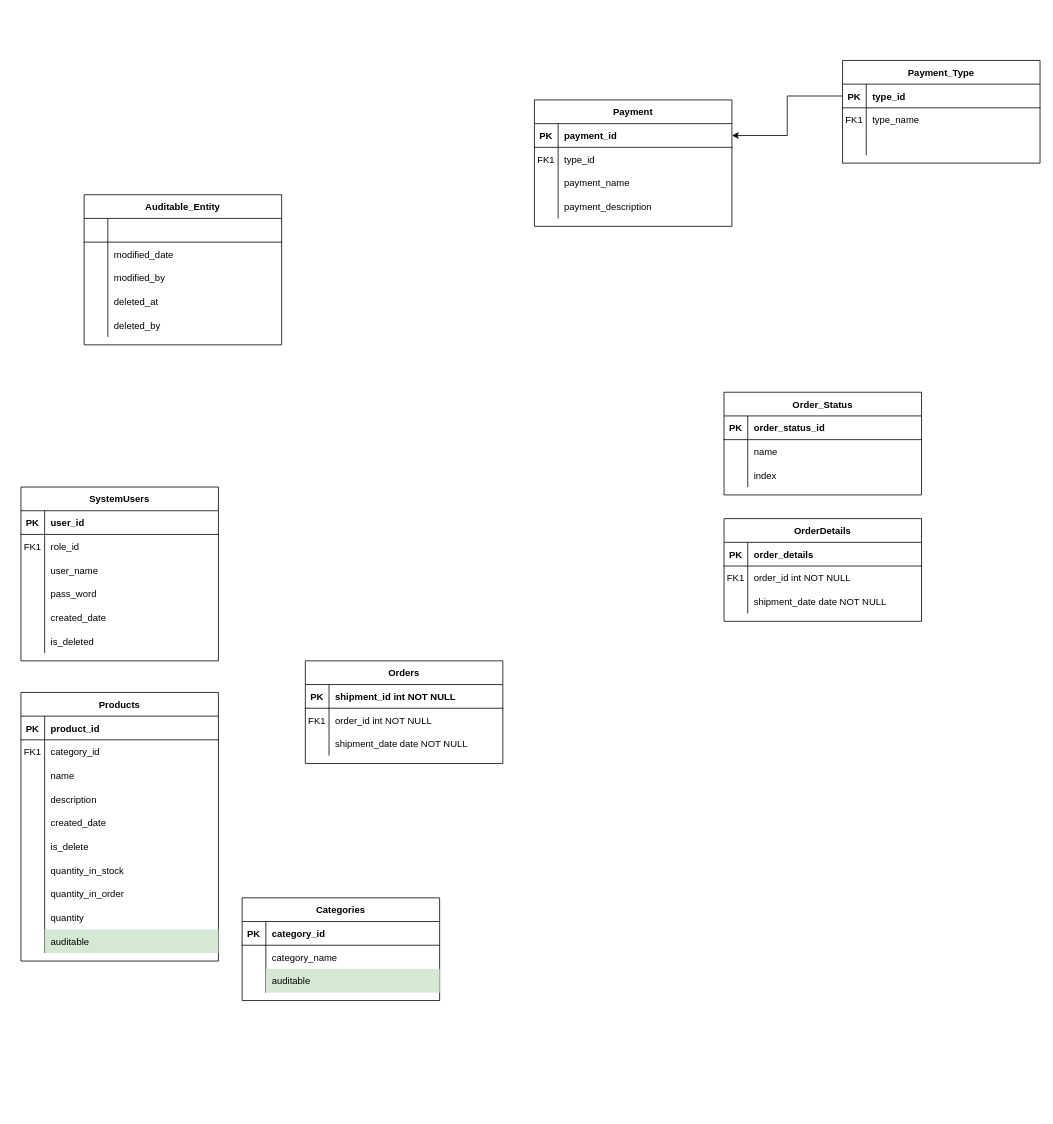
Earlier version of the draw.io diagram page "Page-1" (1 of 2) of Biểu đồ không có tiêu đề.drawio (AnthonyKhieu/BE_Capstone_SU22). Source tidied: cells renumbered, new cells numbered last; positions are measured from the earlier drawing's top-left corner, leaving out a move shared by most shapes. Both pictures are drawn from the tidied source at 79%, with x=0, y=0 at pixel (21, 60).
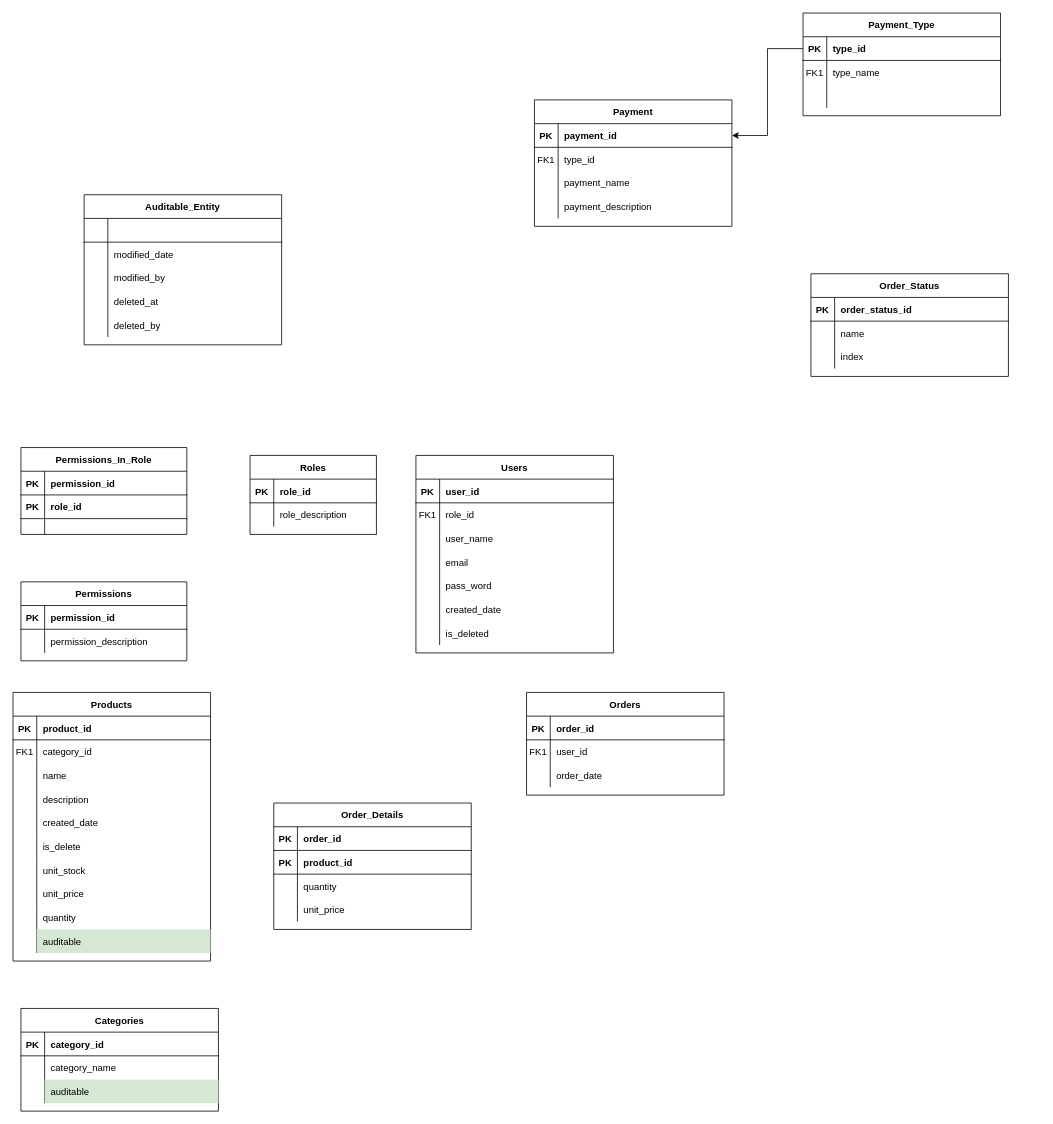
The same diagram, later.

The change refers to these unchanged cells:
```xml
<mxCell id="21" style="shape=partialRectangle;fillColor=none;top=0;left=0;right=0;bottom=0;" parent="2" vertex="1">
  <mxGeometry y="210" width="250" height="30" as="geometry" />
</mxCell>
<mxCell id="24" style="shape=partialRectangle;fillColor=none;top=0;left=0;right=0;bottom=0;" parent="2" vertex="1">
  <mxGeometry y="240" width="250" height="30" as="geometry" />
</mxCell>
<mxCell id="66" style="shape=partialRectangle;fillColor=none;top=0;left=0;right=0;bottom=1;" parent="65" vertex="1">
  <mxGeometry y="30" width="250" height="30" as="geometry" />
</mxCell>
<mxCell id="69" style="shape=partialRectangle;fillColor=none;top=0;left=0;right=0;bottom=0;" parent="65" vertex="1">
  <mxGeometry y="60" width="250" height="30" as="geometry" />
</mxCell>
<mxCell id="72" style="shape=partialRectangle;fillColor=none;top=0;left=0;right=0;bottom=0;" parent="65" vertex="1">
  <mxGeometry y="90" width="250" height="30" as="geometry" />
</mxCell>
<mxCell id="86" style="shape=partialRectangle;fillColor=none;top=0;left=0;right=0;bottom=1;" parent="85" vertex="1">
  <mxGeometry y="30" width="250" height="30" as="geometry" />
</mxCell>
```

Change to the diagram source:
```diff
@@
     <mxCell id="2" value="Products" style="shape=table;startSize=30;childLayout=tableLayout;rowLines=0;fontStyle=1;align=center;" parent="1" vertex="1">
-      <mxGeometry y="800" width="250" height="340" as="geometry" />
+      <mxGeometry x="-10" y="800" width="250" height="340" as="geometry" />
     </mxCell>
@@
-    <mxCell id="23" value="quantity_in_stock" style="shape=partialRectangle;overflow=hidden;fillColor=none;top=0;left=0;bottom=0;right=0;align=left;spacingLeft=6;" parent="21" vertex="1">
+    <mxCell id="23" value="unit_stock" style="shape=partialRectangle;overflow=hidden;fillColor=none;top=0;left=0;bottom=0;right=0;align=left;spacingLeft=6;" parent="21" vertex="1">
       <mxGeometry x="30" width="220" height="30" as="geometry" />
     </mxCell>
@@
-    <mxCell id="26" value="quantity_in_order" style="shape=partialRectangle;overflow=hidden;fillColor=none;top=0;left=0;bottom=0;right=0;align=left;spacingLeft=6;" parent="24" vertex="1">
+    <mxCell id="26" value="unit_price" style="shape=partialRectangle;overflow=hidden;fillColor=none;top=0;left=0;bottom=0;right=0;align=left;spacingLeft=6;" parent="24" vertex="1">
       <mxGeometry x="30" width="220" height="30" as="geometry" />
     </mxCell>
@@
-    <mxCell id="46" value="SystemUsers" style="shape=table;startSize=30;childLayout=tableLayout;rowLines=0;fontStyle=1;align=center;" parent="1" vertex="1">
-      <mxGeometry y="540" width="250" height="220" as="geometry" />
+    <mxCell id="46" value="Users" style="shape=table;startSize=30;childLayout=tableLayout;rowLines=0;fontStyle=1;align=center;" parent="1" vertex="1">
+      <mxGeometry x="500" y="500" width="250" height="250" as="geometry" />
     </mxCell>
@@
+    <mxCell id="132" style="shape=partialRectangle;fillColor=none;top=0;left=0;right=0;bottom=0;" parent="46" vertex="1">
+      <mxGeometry y="120" width="250" height="30" as="geometry" />
+    </mxCell>
+    <mxCell id="133" style="shape=partialRectangle;overflow=hidden;fillColor=none;top=0;left=0;bottom=0;right=0;" parent="132" vertex="1">
+      <mxGeometry width="30" height="30" as="geometry" />
+    </mxCell>
+    <mxCell id="134" value="email" style="shape=partialRectangle;overflow=hidden;fillColor=none;top=0;left=0;bottom=0;right=0;align=left;spacingLeft=6;" parent="132" vertex="1">
+      <mxGeometry x="30" width="220" height="30" as="geometry" />
+    </mxCell>
     <mxCell id="56" style="shape=partialRectangle;fillColor=none;top=0;left=0;right=0;bottom=0;" parent="46" vertex="1">
-      <mxGeometry y="120" width="250" height="30" as="geometry" />
+      <mxGeometry y="150" width="250" height="30" as="geometry" />
     </mxCell>
@@
     <mxCell id="59" style="shape=partialRectangle;fillColor=none;top=0;left=0;right=0;bottom=0;" parent="46" vertex="1">
-      <mxGeometry y="150" width="250" height="30" as="geometry" />
+      <mxGeometry y="180" width="250" height="30" as="geometry" />
     </mxCell>
@@
     <mxCell id="62" style="shape=partialRectangle;fillColor=none;top=0;left=0;right=0;bottom=0;" parent="46" vertex="1">
-      <mxGeometry y="180" width="250" height="30" as="geometry" />
+      <mxGeometry y="210" width="250" height="30" as="geometry" />
     </mxCell>
@@
     <mxCell id="65" value="Orders" style="shape=table;startSize=30;childLayout=tableLayout;rowLines=0;fontStyle=1;align=center;" parent="1" vertex="1">
-      <mxGeometry x="360" y="760" width="250" height="130" as="geometry" />
+      <mxGeometry x="640" y="800" width="250" height="130" as="geometry" />
     </mxCell>
@@
-    <mxCell id="68" value="shipment_id int NOT NULL " style="shape=partialRectangle;overflow=hidden;fillColor=none;top=0;left=0;bottom=0;right=0;align=left;spacingLeft=6;fontStyle=1;" parent="66" vertex="1">
+    <mxCell id="68" value="order_id" style="shape=partialRectangle;overflow=hidden;fillColor=none;top=0;left=0;bottom=0;right=0;align=left;spacingLeft=6;fontStyle=1;" parent="66" vertex="1">
       <mxGeometry x="30" width="220" height="30" as="geometry" />
     </mxCell>
@@
-    <mxCell id="71" value="order_id int NOT NULL" style="shape=partialRectangle;overflow=hidden;fillColor=none;top=0;left=0;bottom=0;right=0;align=left;spacingLeft=6;" parent="69" vertex="1">
+    <mxCell id="71" value="user_id" style="shape=partialRectangle;overflow=hidden;fillColor=none;top=0;left=0;bottom=0;right=0;align=left;spacingLeft=6;" parent="69" vertex="1">
       <mxGeometry x="30" width="220" height="30" as="geometry" />
     </mxCell>
@@
-    <mxCell id="74" value="shipment_date date NOT NULL" style="shape=partialRectangle;overflow=hidden;fillColor=none;top=0;left=0;bottom=0;right=0;align=left;spacingLeft=6;" parent="72" vertex="1">
+    <mxCell id="74" value="order_date" style="shape=partialRectangle;overflow=hidden;fillColor=none;top=0;left=0;bottom=0;right=0;align=left;spacingLeft=6;" parent="72" vertex="1">
       <mxGeometry x="30" width="220" height="30" as="geometry" />
     </mxCell>
     <mxCell id="75" value="Order_Status" style="shape=table;startSize=30;childLayout=tableLayout;rowLines=0;fontStyle=1;align=center;" parent="1" vertex="1">
-      <mxGeometry x="890" y="420" width="250" height="130" as="geometry" />
+      <mxGeometry x="1000" y="270" width="250" height="130" as="geometry" />
     </mxCell>
@@
-    <mxCell id="85" value="OrderDetails" style="shape=table;startSize=30;childLayout=tableLayout;rowLines=0;fontStyle=1;align=center;" parent="1" vertex="1">
-      <mxGeometry x="890" y="580" width="250" height="130" as="geometry" />
+    <mxCell id="85" value="Order_Details" style="shape=table;startSize=30;childLayout=tableLayout;rowLines=0;fontStyle=1;align=center;" parent="1" vertex="1">
+      <mxGeometry x="320" y="940" width="250" height="160" as="geometry" />
     </mxCell>
@@
-    <mxCell id="88" value="order_details" style="shape=partialRectangle;overflow=hidden;fillColor=none;top=0;left=0;bottom=0;right=0;align=left;spacingLeft=6;fontStyle=1;" parent="86" vertex="1">
+    <mxCell id="88" value="order_id" style="shape=partialRectangle;overflow=hidden;fillColor=none;top=0;left=0;bottom=0;right=0;align=left;spacingLeft=6;fontStyle=1;" parent="86" vertex="1">
       <mxGeometry x="30" width="220" height="30" as="geometry" />
     </mxCell>
+    <mxCell id="135" style="shape=partialRectangle;fillColor=none;top=0;left=0;right=0;bottom=1;" parent="85" vertex="1">
+      <mxGeometry y="60" width="250" height="30" as="geometry" />
+    </mxCell>
+    <mxCell id="136" value="PK" style="shape=partialRectangle;overflow=hidden;fillColor=none;top=0;left=0;bottom=0;right=0;fontStyle=1;" parent="135" vertex="1">
+      <mxGeometry width="30" height="30" as="geometry" />
+    </mxCell>
+    <mxCell id="137" value="product_id" style="shape=partialRectangle;overflow=hidden;fillColor=none;top=0;left=0;bottom=0;right=0;align=left;spacingLeft=6;fontStyle=1;" parent="135" vertex="1">
+      <mxGeometry x="30" width="220" height="30" as="geometry" />
+    </mxCell>
     <mxCell id="89" style="shape=partialRectangle;fillColor=none;top=0;left=0;right=0;bottom=0;" parent="85" vertex="1">
-      <mxGeometry y="60" width="250" height="30" as="geometry" />
+      <mxGeometry y="90" width="250" height="30" as="geometry" />
     </mxCell>
-    <mxCell id="90" value="FK1" style="shape=partialRectangle;overflow=hidden;fillColor=none;top=0;left=0;bottom=0;right=0;" parent="89" vertex="1">
+    <mxCell id="90" style="shape=partialRectangle;overflow=hidden;fillColor=none;top=0;left=0;bottom=0;right=0;" parent="89" vertex="1">
       <mxGeometry width="30" height="30" as="geometry" />
     </mxCell>
-    <mxCell id="91" value="order_id int NOT NULL" style="shape=partialRectangle;overflow=hidden;fillColor=none;top=0;left=0;bottom=0;right=0;align=left;spacingLeft=6;" parent="89" vertex="1">
+    <mxCell id="91" value="quantity" style="shape=partialRectangle;overflow=hidden;fillColor=none;top=0;left=0;bottom=0;right=0;align=left;spacingLeft=6;" parent="89" vertex="1">
       <mxGeometry x="30" width="220" height="30" as="geometry" />
     </mxCell>
     <mxCell id="92" style="shape=partialRectangle;fillColor=none;top=0;left=0;right=0;bottom=0;" parent="85" vertex="1">
-      <mxGeometry y="90" width="250" height="30" as="geometry" />
+      <mxGeometry y="120" width="250" height="30" as="geometry" />
     </mxCell>
@@
-    <mxCell id="94" value="shipment_date date NOT NULL" style="shape=partialRectangle;overflow=hidden;fillColor=none;top=0;left=0;bottom=0;right=0;align=left;spacingLeft=6;" parent="92" vertex="1">
+    <mxCell id="94" value="unit_price" style="shape=partialRectangle;overflow=hidden;fillColor=none;top=0;left=0;bottom=0;right=0;align=left;spacingLeft=6;" parent="92" vertex="1">
       <mxGeometry x="30" width="220" height="30" as="geometry" />
     </mxCell>
     <mxCell id="95" value="Payment_Type" style="shape=table;startSize=30;childLayout=tableLayout;rowLines=0;fontStyle=1;align=center;" parent="1" vertex="1">
-      <mxGeometry x="1040" width="250" height="130" as="geometry" />
+      <mxGeometry x="990" y="-60" width="250" height="130" as="geometry" />
     </mxCell>
@@
     <mxCell id="121" value="Categories" style="shape=table;startSize=30;childLayout=tableLayout;rowLines=0;fontStyle=1;align=center;" parent="1" vertex="1">
-      <mxGeometry x="280" y="1060" width="250" height="130" as="geometry" />
+      <mxGeometry y="1200" width="250" height="130" as="geometry" />
     </mxCell>
@@
+    <mxCell id="138" value="Roles" style="shape=table;startSize=30;childLayout=tableLayout;rowLines=0;fontStyle=1;align=center;" parent="1" vertex="1">
+      <mxGeometry x="290" y="500" width="160" height="100" as="geometry" />
+    </mxCell>
+    <mxCell id="139" style="shape=partialRectangle;fillColor=none;top=0;left=0;right=0;bottom=1;" parent="138" vertex="1">
+      <mxGeometry y="30" width="160" height="30" as="geometry" />
+    </mxCell>
+    <mxCell id="140" value="PK" style="shape=partialRectangle;overflow=hidden;fillColor=none;top=0;left=0;bottom=0;right=0;fontStyle=1;" parent="139" vertex="1">
+      <mxGeometry width="30" height="30" as="geometry" />
+    </mxCell>
+    <mxCell id="141" value="role_id" style="shape=partialRectangle;overflow=hidden;fillColor=none;top=0;left=0;bottom=0;right=0;align=left;spacingLeft=6;fontStyle=1;" parent="139" vertex="1">
+      <mxGeometry x="30" width="130" height="30" as="geometry" />
+    </mxCell>
+    <mxCell id="142" style="shape=partialRectangle;fillColor=none;top=0;left=0;right=0;bottom=0;" parent="138" vertex="1">
+      <mxGeometry y="60" width="160" height="30" as="geometry" />
+    </mxCell>
+    <mxCell id="143" style="shape=partialRectangle;overflow=hidden;fillColor=none;top=0;left=0;bottom=0;right=0;" parent="142" vertex="1">
+      <mxGeometry width="30" height="30" as="geometry" />
+    </mxCell>
+    <mxCell id="144" value="role_description" style="shape=partialRectangle;overflow=hidden;fillColor=none;top=0;left=0;bottom=0;right=0;align=left;spacingLeft=6;" parent="142" vertex="1">
+      <mxGeometry x="30" width="130" height="30" as="geometry" />
+    </mxCell>
+    <mxCell id="145" value="Permissions" style="shape=table;startSize=30;childLayout=tableLayout;rowLines=0;fontStyle=1;align=center;" parent="1" vertex="1">
+      <mxGeometry y="660" width="210" height="100" as="geometry" />
+    </mxCell>
+    <mxCell id="146" style="shape=partialRectangle;fillColor=none;top=0;left=0;right=0;bottom=1;" parent="145" vertex="1">
+      <mxGeometry y="30" width="210" height="30" as="geometry" />
+    </mxCell>
+    <mxCell id="147" value="PK" style="shape=partialRectangle;overflow=hidden;fillColor=none;top=0;left=0;bottom=0;right=0;fontStyle=1;" parent="146" vertex="1">
+      <mxGeometry width="30" height="30" as="geometry" />
+    </mxCell>
+    <mxCell id="148" value="permission_id" style="shape=partialRectangle;overflow=hidden;fillColor=none;top=0;left=0;bottom=0;right=0;align=left;spacingLeft=6;fontStyle=1;" parent="146" vertex="1">
+      <mxGeometry x="30" width="180" height="30" as="geometry" />
+    </mxCell>
+    <mxCell id="149" style="shape=partialRectangle;fillColor=none;top=0;left=0;right=0;bottom=0;" parent="145" vertex="1">
+      <mxGeometry y="60" width="210" height="30" as="geometry" />
+    </mxCell>
+    <mxCell id="150" style="shape=partialRectangle;overflow=hidden;fillColor=none;top=0;left=0;bottom=0;right=0;" parent="149" vertex="1">
+      <mxGeometry width="30" height="30" as="geometry" />
+    </mxCell>
+    <mxCell id="151" value="permission_description" style="shape=partialRectangle;overflow=hidden;fillColor=none;top=0;left=0;bottom=0;right=0;align=left;spacingLeft=6;" parent="149" vertex="1">
+      <mxGeometry x="30" width="180" height="30" as="geometry" />
+    </mxCell>
+    <mxCell id="152" value="Permissions_In_Role" style="shape=table;startSize=30;childLayout=tableLayout;rowLines=0;fontStyle=1;align=center;" parent="1" vertex="1">
+      <mxGeometry y="490" width="210" height="110" as="geometry" />
+    </mxCell>
+    <mxCell id="153" style="shape=partialRectangle;fillColor=none;top=0;left=0;right=0;bottom=1;" parent="152" vertex="1">
+      <mxGeometry y="30" width="210" height="30" as="geometry" />
+    </mxCell>
+    <mxCell id="154" value="PK" style="shape=partialRectangle;overflow=hidden;fillColor=none;top=0;left=0;bottom=0;right=0;fontStyle=1;" parent="153" vertex="1">
+      <mxGeometry width="30" height="30" as="geometry" />
+    </mxCell>
+    <mxCell id="155" value="permission_id" style="shape=partialRectangle;overflow=hidden;fillColor=none;top=0;left=0;bottom=0;right=0;align=left;spacingLeft=6;fontStyle=1;" parent="153" vertex="1">
+      <mxGeometry x="30" width="180" height="30" as="geometry" />
+    </mxCell>
+    <mxCell id="156" style="shape=partialRectangle;fillColor=none;top=0;left=0;right=0;bottom=1;" parent="152" vertex="1">
+      <mxGeometry y="60" width="210" height="30" as="geometry" />
+    </mxCell>
+    <mxCell id="157" value="PK" style="shape=partialRectangle;overflow=hidden;fillColor=none;top=0;left=0;bottom=0;right=0;fontStyle=1;" parent="156" vertex="1">
+      <mxGeometry width="30" height="30" as="geometry" />
+    </mxCell>
+    <mxCell id="158" value="role_id" style="shape=partialRectangle;overflow=hidden;fillColor=none;top=0;left=0;bottom=0;right=0;align=left;spacingLeft=6;fontStyle=1;" parent="156" vertex="1">
+      <mxGeometry x="30" width="180" height="30" as="geometry" />
+    </mxCell>
+    <mxCell id="159" style="shape=partialRectangle;fillColor=none;top=0;left=0;right=0;bottom=0;" parent="152" vertex="1">
+      <mxGeometry y="90" width="210" height="20" as="geometry" />
+    </mxCell>
+    <mxCell id="160" style="shape=partialRectangle;overflow=hidden;fillColor=none;top=0;left=0;bottom=0;right=0;" parent="159" vertex="1">
+      <mxGeometry width="30" height="20" as="geometry" />
+    </mxCell>
+    <mxCell id="161" style="shape=partialRectangle;overflow=hidden;fillColor=none;top=0;left=0;bottom=0;right=0;align=left;spacingLeft=6;" parent="159" vertex="1">
+      <mxGeometry x="30" width="180" height="20" as="geometry" />
+    </mxCell>
```
